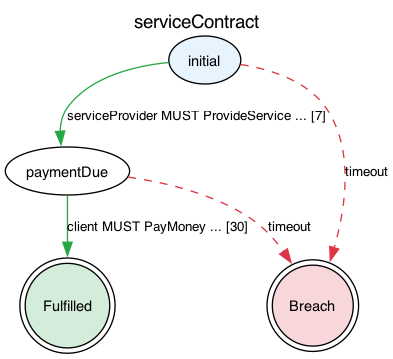
Earlier version of the Graphviz export jl4/examples/state-graphs/serviceContract.png (legalese/l4-ide). Its source is kept beside it as jl4/examples/state-graphs/serviceContract.dot. Source of this version:
```dot
digraph {
    graph [rankdir=TB
          ,label=serviceContract
          ,labelloc=t
          ,fontname=Helvetica
          ,fontsize=14];
    node [fontname=Helvetica
         ,fontsize=11];
    edge [fontname=Helvetica
         ,fontsize=10];
    0 [label=initial
      ,fillcolor=white
      ,style=filled
      ,shape=ellipse
      ,fillcolor="#e8f4fd"];
    1 [label=paymentDue
      ,fillcolor=white
      ,style=filled
      ,shape=ellipse
      ,fillcolor="#ffffff"];
    2 [label=Fulfilled
      ,fillcolor=white
      ,style=filled
      ,shape=doublecircle
      ,fillcolor="#d4edda"];
    3 [label=Breach
      ,fillcolor=white
      ,style=filled
      ,shape=doublecircle
      ,fillcolor="#f8d7da"];
    0 -> 1 [label="serviceProvider MUST ProvideService ... [7]"
           ,color="#28a745"
           ,style=solid];
    0 -> 3 [label=timeout
           ,color="#dc3545"
           ,style=dashed];
    1 -> 2 [label="client MUST PayMoney ... [30]"
           ,color="#28a745"
           ,style=solid];
    1 -> 3 [label=timeout
           ,color="#dc3545"
           ,style=dashed];
}
```
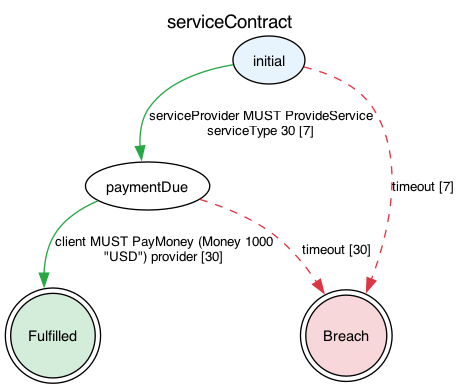
Above is the later version.

The edit, as a diff of the source:
```diff
@@ -28,16 +28,16 @@
       ,style=filled
       ,shape=doublecircle
       ,fillcolor="#f8d7da"];
-    0 -> 1 [label="serviceProvider MUST ProvideService ... [7]"
+    0 -> 1 [label="serviceProvider MUST ProvideService\nserviceType 30 [7]"
            ,color="#28a745"
            ,style=solid];
-    0 -> 3 [label=timeout
+    0 -> 3 [label="timeout [7]"
            ,color="#dc3545"
            ,style=dashed];
-    1 -> 2 [label="client MUST PayMoney ... [30]"
+    1 -> 2 [label="client MUST PayMoney (Money 1000\n\"USD\") provider [30]"
            ,color="#28a745"
            ,style=solid];
-    1 -> 3 [label=timeout
+    1 -> 3 [label="timeout [30]"
            ,color="#dc3545"
            ,style=dashed];
 }
```
